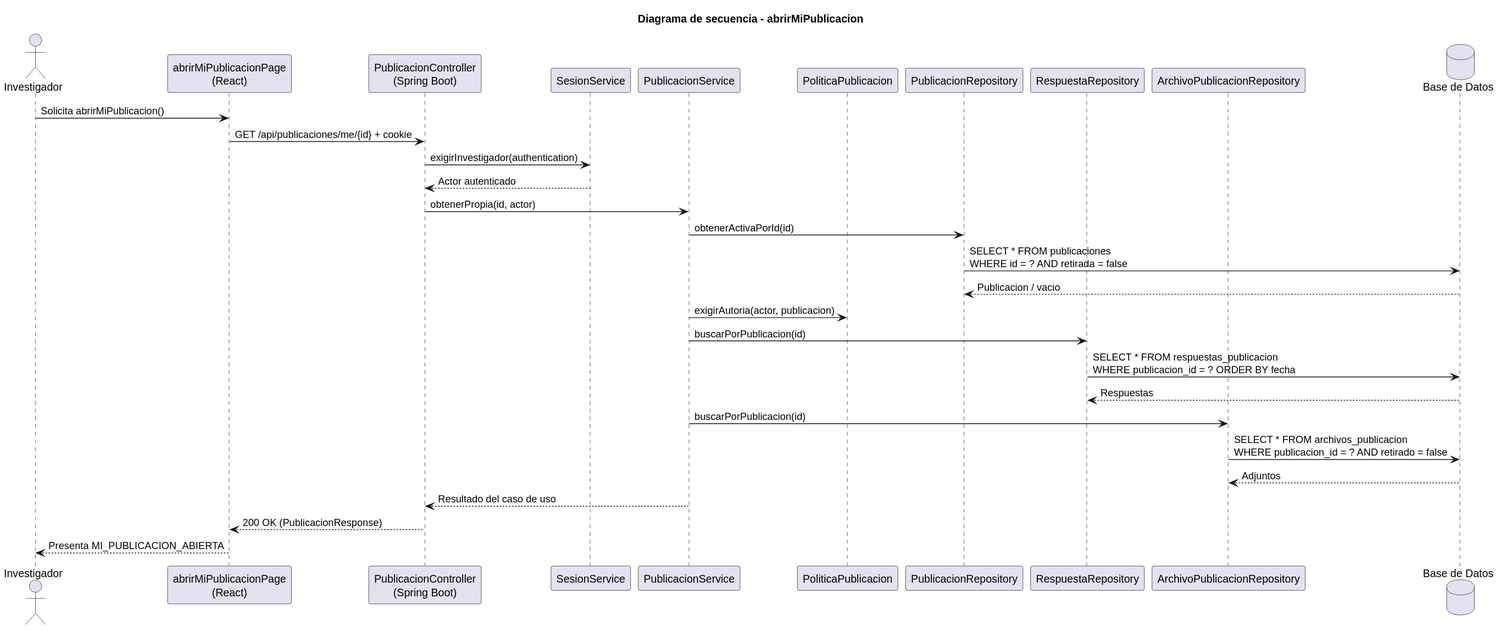
Earlier version of the PlantUML export images/RUP/02-diseño/casos-uso/investigador/abrirMiPublicacion/secuencia.svg (beatriizorozco/25-26-idsw2-sdVC).
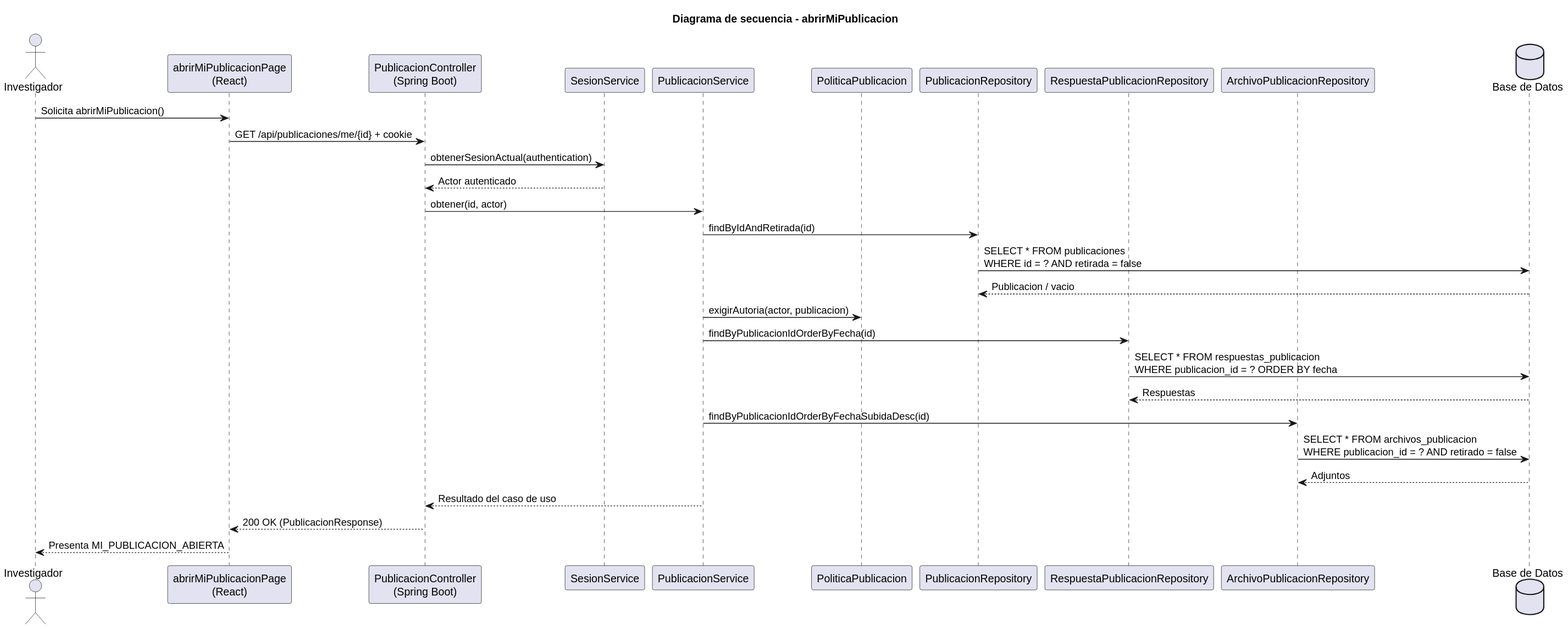
The same file after the commit.

Diff of the diagram source:
```diff
@@ -7,23 +7,23 @@
 participant "PublicacionService" as Service
 participant "PoliticaPublicacion" as Policy
 participant "PublicacionRepository" as Repo
-participant "RespuestaRepository" as RespRepo
+participant "RespuestaPublicacionRepository" as RespRepo
 participant "ArchivoPublicacionRepository" as ArchivoRepo
 database "Base de Datos" as DB
 
 Investigador -> Frontend: Solicita abrirMiPublicacion()
 Frontend -> Api: GET /api/publicaciones/me/{id} + cookie
-Api -> Sesion: exigirInvestigador(authentication)
+Api -> Sesion: obtenerSesionActual(authentication)
 Sesion --> Api: Actor autenticado
-Api -> Service: obtenerPropia(id, actor)
-Service -> Repo: obtenerActivaPorId(id)
+Api -> Service: obtener(id, actor)
+Service -> Repo: findByIdAndRetirada(id)
 Repo -> DB: SELECT * FROM publicaciones\nWHERE id = ? AND retirada = false
 DB --> Repo: Publicacion / vacio
 Service -> Policy: exigirAutoria(actor, publicacion)
-Service -> RespRepo: buscarPorPublicacion(id)
+Service -> RespRepo: findByPublicacionIdOrderByFecha(id)
 RespRepo -> DB: SELECT * FROM respuestas_publicacion\nWHERE publicacion_id = ? ORDER BY fecha
 DB --> RespRepo: Respuestas
-Service -> ArchivoRepo: buscarPorPublicacion(id)
+Service -> ArchivoRepo: findByPublicacionIdOrderByFechaSubidaDesc(id)
 ArchivoRepo -> DB: SELECT * FROM archivos_publicacion\nWHERE publicacion_id = ? AND retirado = false
 DB --> ArchivoRepo: Adjuntos
 Service --> Api: Resultado del caso de uso
```
